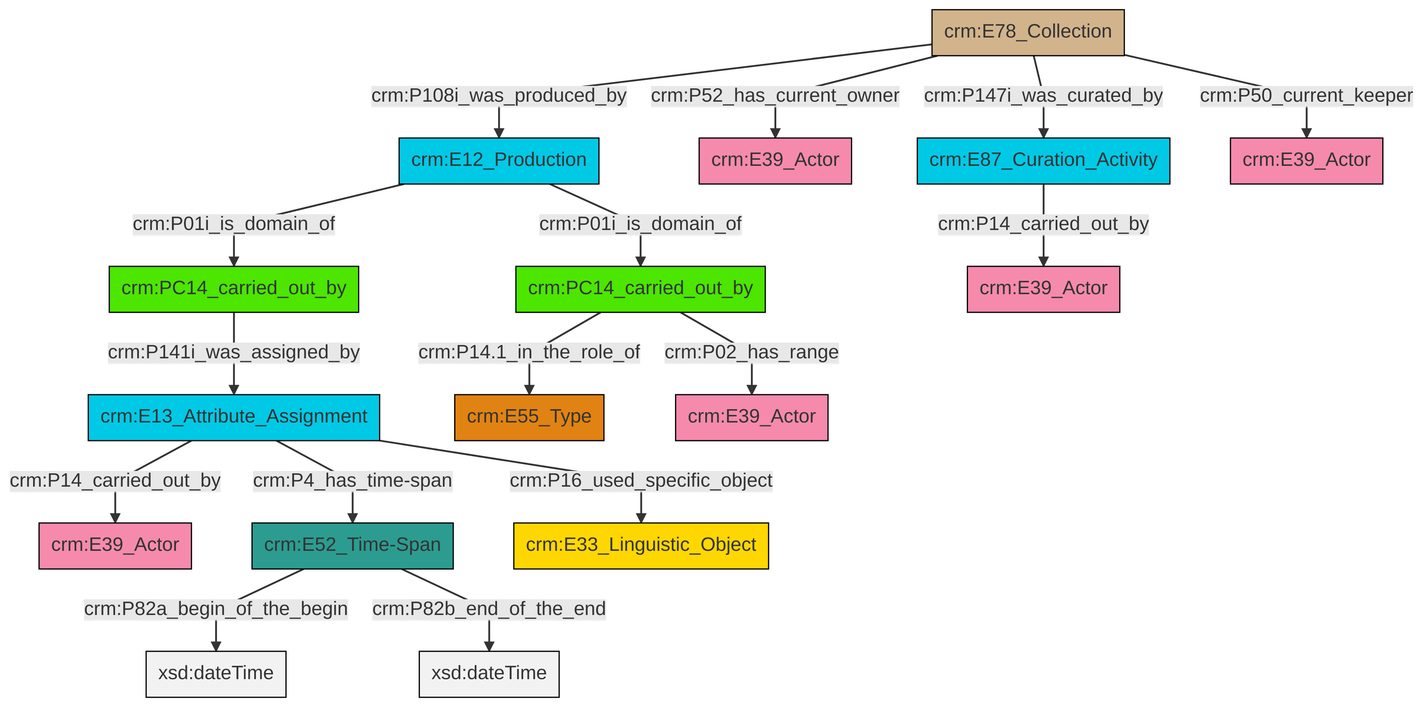
Earlier version of the Mermaid export et/archivalCSV/ttl/mmd/png/archival_relation.png (swiss-art-research-net/docs.swissartresearch). Its source is kept beside it as et/archivalCSV/ttl/mmd/archival_relation.ttl.mmd.
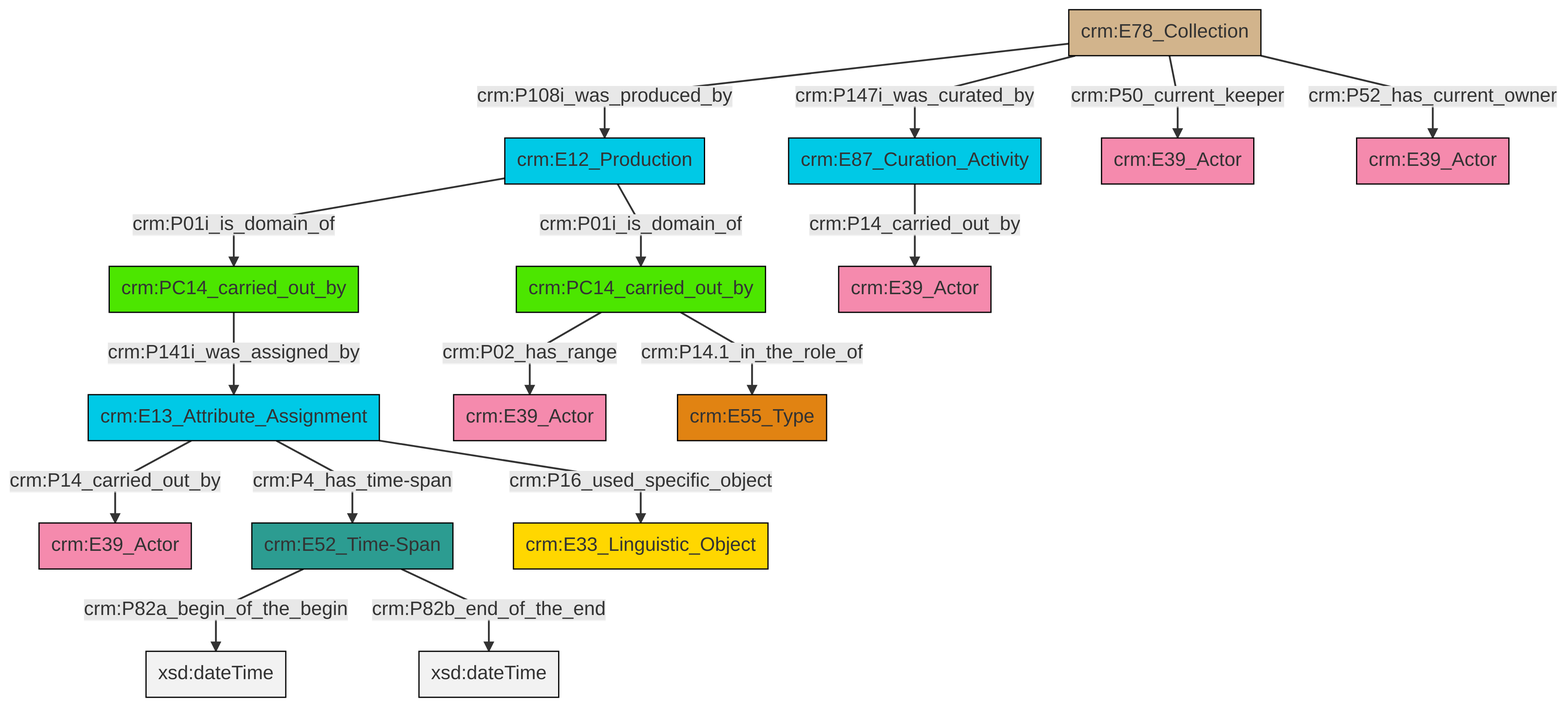
Above is the later version.

Diff of the diagram source:
```diff
@@ -13,18 +13,18 @@
 classDef PC_Classes fill:#4ce600, stroke:#000000;
 classDef Multi fill:#cccccc,stroke:#000000;
 
-0["crm:E78_Collection"]:::Physical_Thing -->|crm:P108i_was_produced_by| 1["crm:E12_Production"]:::Temporal_Entity
-0["crm:E78_Collection"]:::Physical_Thing -->|crm:P52_has_current_owner| 2["crm:E39_Actor"]:::Actor
-6["crm:PC14_carried_out_by"]:::PC_Classes -->|crm:P14.1_in_the_role_of| 7["crm:E55_Type"]:::Type
-8["crm:E13_Attribute_Assignment"]:::Temporal_Entity -->|crm:P14_carried_out_by| 9["crm:E39_Actor"]:::Actor
-11["crm:E52_Time-Span"]:::Time-Span -->|crm:P82a_begin_of_the_begin| 12[xsd:dateTime]:::Literal
-11["crm:E52_Time-Span"]:::Time-Span -->|crm:P82b_end_of_the_end| 13[xsd:dateTime]:::Literal
-0["crm:E78_Collection"]:::Physical_Thing -->|crm:P147i_was_curated_by| 4["crm:E87_Curation_Activity"]:::Temporal_Entity
-17["crm:PC14_carried_out_by"]:::PC_Classes -->|crm:P141i_was_assigned_by| 8["crm:E13_Attribute_Assignment"]:::Temporal_Entity
-8["crm:E13_Attribute_Assignment"]:::Temporal_Entity -->|crm:P4_has_time-span| 11["crm:E52_Time-Span"]:::Time-Span
-1["crm:E12_Production"]:::Temporal_Entity -->|crm:P01i_is_domain_of| 17["crm:PC14_carried_out_by"]:::PC_Classes
-8["crm:E13_Attribute_Assignment"]:::Temporal_Entity -->|crm:P16_used_specific_object| 21["crm:E33_Linguistic_Object"]:::Conceptual_Object
-0["crm:E78_Collection"]:::Physical_Thing -->|crm:P50_current_keeper| 19["crm:E39_Actor"]:::Actor
-6["crm:PC14_carried_out_by"]:::PC_Classes -->|crm:P02_has_range| 26["crm:E39_Actor"]:::Actor
-1["crm:E12_Production"]:::Temporal_Entity -->|crm:P01i_is_domain_of| 6["crm:PC14_carried_out_by"]:::PC_Classes
-4["crm:E87_Curation_Activity"]:::Temporal_Entity -->|crm:P14_carried_out_by| 28["crm:E39_Actor"]:::Actor
+6["crm:E13_Attribute_Assignment"]:::Temporal_Entity -->|crm:P14_carried_out_by| 7["crm:E39_Actor"]:::Actor
+2["crm:E78_Collection"]:::Physical_Thing -->|crm:P108i_was_produced_by| 0["crm:E12_Production"]:::Temporal_Entity
+0["crm:E12_Production"]:::Temporal_Entity -->|crm:P01i_is_domain_of| 8["crm:PC14_carried_out_by"]:::PC_Classes
+9["crm:E52_Time-Span"]:::Time-Span -->|crm:P82a_begin_of_the_begin| 10[xsd:dateTime]:::Literal
+8["crm:PC14_carried_out_by"]:::PC_Classes -->|crm:P02_has_range| 11["crm:E39_Actor"]:::Actor
+2["crm:E78_Collection"]:::Physical_Thing -->|crm:P147i_was_curated_by| 4["crm:E87_Curation_Activity"]:::Temporal_Entity
+2["crm:E78_Collection"]:::Physical_Thing -->|crm:P50_current_keeper| 14["crm:E39_Actor"]:::Actor
+8["crm:PC14_carried_out_by"]:::PC_Classes -->|crm:P14.1_in_the_role_of| 20["crm:E55_Type"]:::Type
+2["crm:E78_Collection"]:::Physical_Thing -->|crm:P52_has_current_owner| 16["crm:E39_Actor"]:::Actor
+6["crm:E13_Attribute_Assignment"]:::Temporal_Entity -->|crm:P4_has_time-span| 9["crm:E52_Time-Span"]:::Time-Span
+6["crm:E13_Attribute_Assignment"]:::Temporal_Entity -->|crm:P16_used_specific_object| 23["crm:E33_Linguistic_Object"]:::Conceptual_Object
+12["crm:PC14_carried_out_by"]:::PC_Classes -->|crm:P141i_was_assigned_by| 6["crm:E13_Attribute_Assignment"]:::Temporal_Entity
+4["crm:E87_Curation_Activity"]:::Temporal_Entity -->|crm:P14_carried_out_by| 18["crm:E39_Actor"]:::Actor
+0["crm:E12_Production"]:::Temporal_Entity -->|crm:P01i_is_domain_of| 12["crm:PC14_carried_out_by"]:::PC_Classes
+9["crm:E52_Time-Span"]:::Time-Span -->|crm:P82b_end_of_the_end| 28[xsd:dateTime]:::Literal
```
